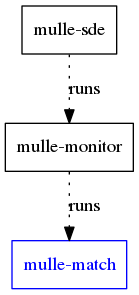
Before: dox/mulle-sde-overview.png, a diagram exported from Graphviz (mulle-sde/mulle-match). Its source is kept beside it as dox/mulle-sde-overview.dot. The source it was exported from:
```dot
digraph G {
    graph [rankdir = TD];

    node[shape=record];

    "mulle-sde" -> "mulle-monitor" [ label="runs", style="dotted"]
    "mulle-monitor" -> "mulle-match"  [ label="runs", style="dotted"]
    "mulle-match" [ color="blue", fontcolor="blue"]
}
```
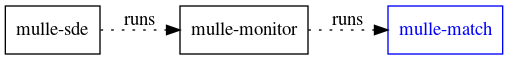
After the change.

Diff of the diagram source:
```diff
@@ -1,5 +1,5 @@
 digraph G {
-    graph [rankdir = TD];
+    graph [rankdir = LR];
 
     node[shape=record];
 
```
